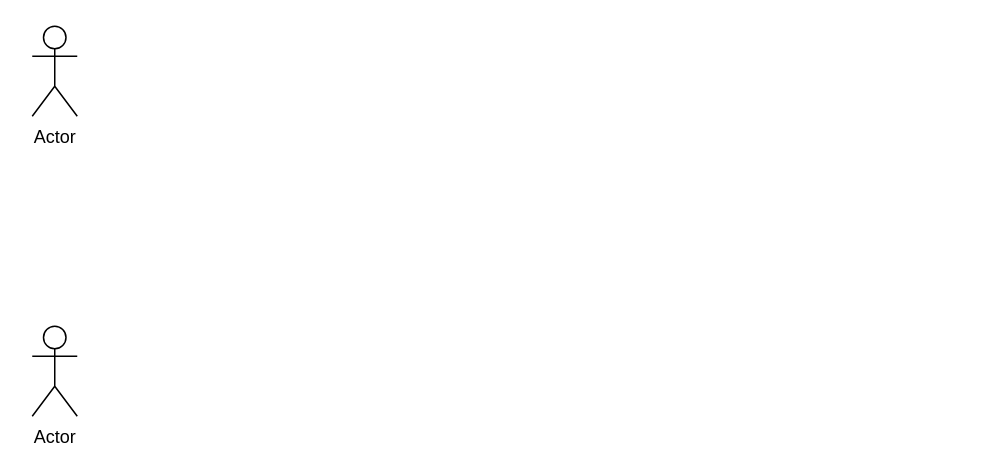
Before: Untitled Diagram.drawio in sarra-ben-belgacem/api, a draw.io diagram. Source tidied: cells renumbered, new cells numbered last; positions are measured from the earlier drawing's top-left corner, leaving out a move shared by most shapes. Both pictures are drawn from the tidied source at 150%, with x=0, y=0 at pixel (32, 26).
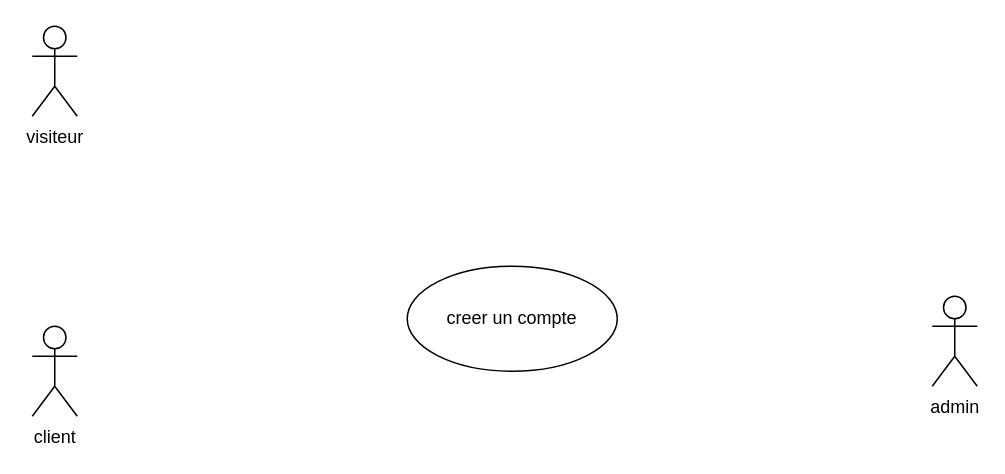
After the change.

Change to the diagram source:
```diff
@@
 <mxGraphModel>
   <root>
     <mxCell id="0" />
     <mxCell id="1" parent="0" />
-    <mxCell id="2" value="Actor" style="shape=umlActor;verticalLabelPosition=bottom;verticalAlign=top;html=1;" parent="1" vertex="1">
+    <mxCell id="2" value="visiteur" style="shape=umlActor;verticalLabelPosition=bottom;verticalAlign=top;html=1;" parent="1" vertex="1">
       <mxGeometry width="30" height="60" as="geometry" />
     </mxCell>
-    <mxCell id="3" value="Actor" style="shape=umlActor;verticalLabelPosition=bottom;verticalAlign=top;html=1;" parent="1" vertex="1">
+    <mxCell id="3" value="client" style="shape=umlActor;verticalLabelPosition=bottom;verticalAlign=top;html=1;" parent="1" vertex="1">
       <mxGeometry y="200" width="30" height="60" as="geometry" />
     </mxCell>
+    <mxCell id="4" value="creer un compte" style="ellipse;whiteSpace=wrap;html=1;" parent="1" vertex="1">
+      <mxGeometry x="250" y="160" width="140" height="70" as="geometry" />
+    </mxCell>
+    <mxCell id="5" value="admin" style="shape=umlActor;verticalLabelPosition=bottom;verticalAlign=top;html=1;" parent="1" vertex="1">
+      <mxGeometry x="600" y="180" width="30" height="60" as="geometry" />
+    </mxCell>
   </root>
 </mxGraphModel>
```
